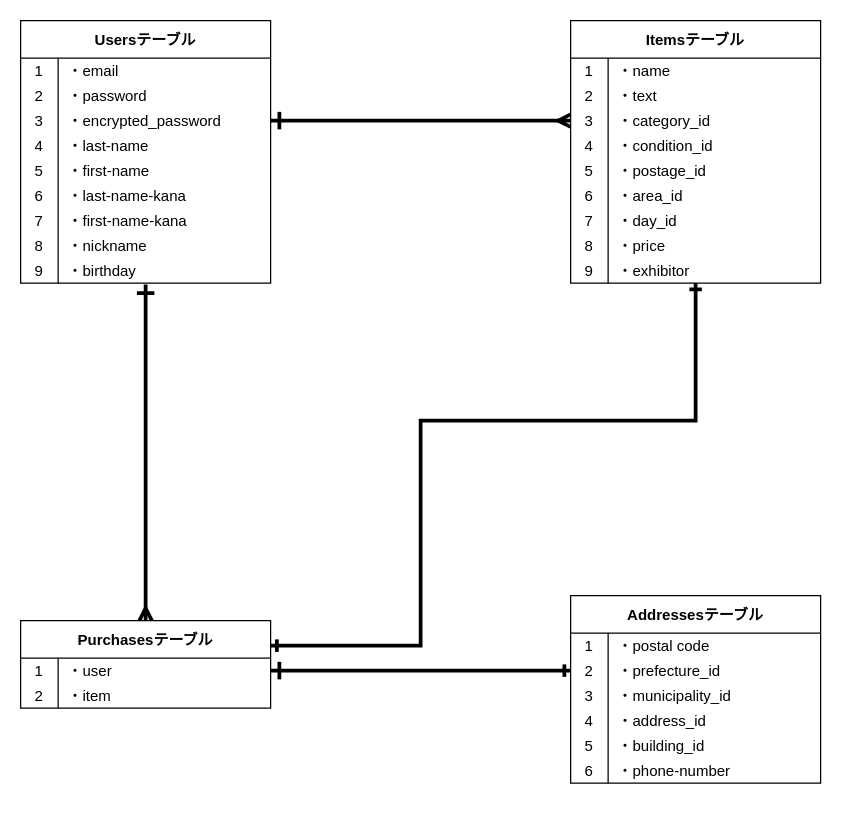
This is furima.dio from nokky-en298/furima-33538, a draw.io file, before an edit. Source tidied: cells renumbered, new cells numbered last; positions are measured from the earlier drawing's top-left corner, leaving out a move shared by most shapes. Both pictures are drawn from the tidied source at 125%, with x=0, y=0 at pixel (20, 20).
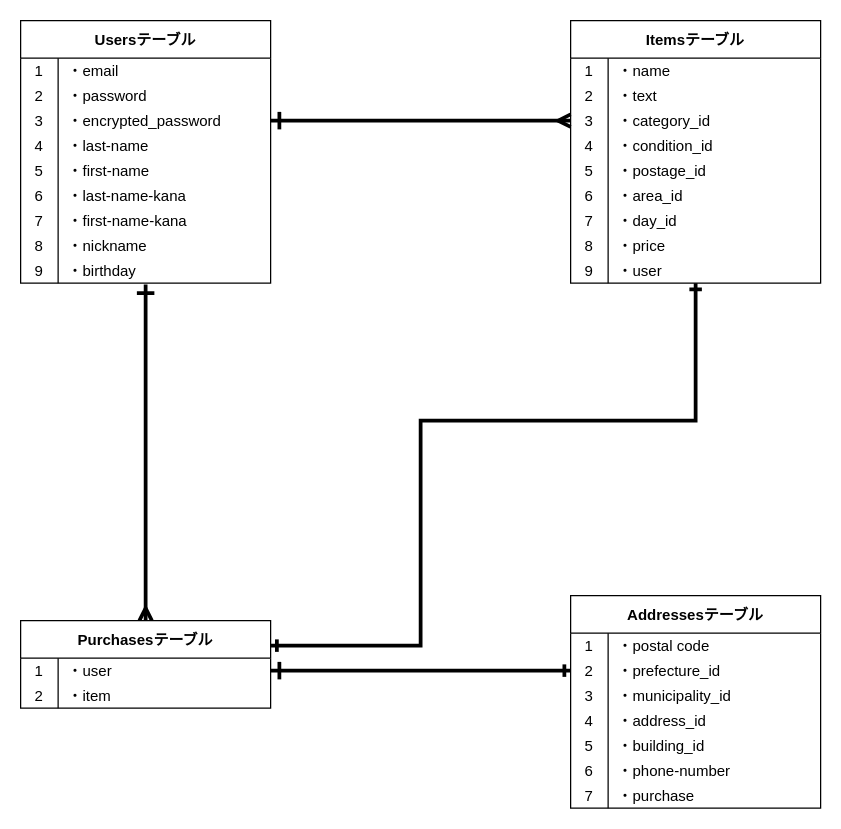
The same diagram, later.

Commit message (it also covers changes not shown here):
READMEとER図の再修正

The change refers to these unchanged cells:
```xml
<mxCell id="27" style="shape=partialRectangle;fillColor=none;top=0;left=0;bottom=0;right=0;points=[[0,0.5],[1,0.5]];portConstraint=eastwest;" parent="2" vertex="1">
  <mxGeometry y="190" width="200" height="20" as="geometry" />
</mxCell>
```

Change to the diagram source:
```diff
@@
-    <mxCell id="29" value="・exhibitor" style="shape=partialRectangle;fillColor=none;top=0;left=0;bottom=0;right=0;align=left;spacingLeft=6;overflow=hidden;" parent="27" vertex="1">
+    <mxCell id="29" value="・user" style="shape=partialRectangle;fillColor=none;top=0;left=0;bottom=0;right=0;align=left;spacingLeft=6;overflow=hidden;" parent="27" vertex="1">
       <mxGeometry x="30" width="170" height="20" as="geometry" />
     </mxCell>
@@
     <mxCell id="67" value="Addressesテーブル" style="shape=table;startSize=30;childLayout=tableLayout;rowLines=0;fontStyle=1;align=center;" parent="1" vertex="1">
-      <mxGeometry x="440" y="460" width="200" height="150" as="geometry" />
+      <mxGeometry x="440" y="460" width="200" height="170" as="geometry" />
     </mxCell>
@@
+    <mxCell id="88" style="shape=partialRectangle;fillColor=none;top=0;left=0;bottom=0;right=0;" parent="67" vertex="1">
+      <mxGeometry y="150" width="200" height="20" as="geometry" />
+    </mxCell>
+    <mxCell id="89" value="7" style="shape=partialRectangle;fillColor=none;top=0;left=0;bottom=0;right=0;overflow=hidden;" parent="88" vertex="1">
+      <mxGeometry width="30" height="20" as="geometry" />
+    </mxCell>
+    <mxCell id="90" value="・purchase" style="shape=partialRectangle;fillColor=none;top=0;left=0;bottom=0;right=0;align=left;spacingLeft=6;overflow=hidden;" parent="88" vertex="1">
+      <mxGeometry x="30" width="170" height="20" as="geometry" />
+    </mxCell>
```
